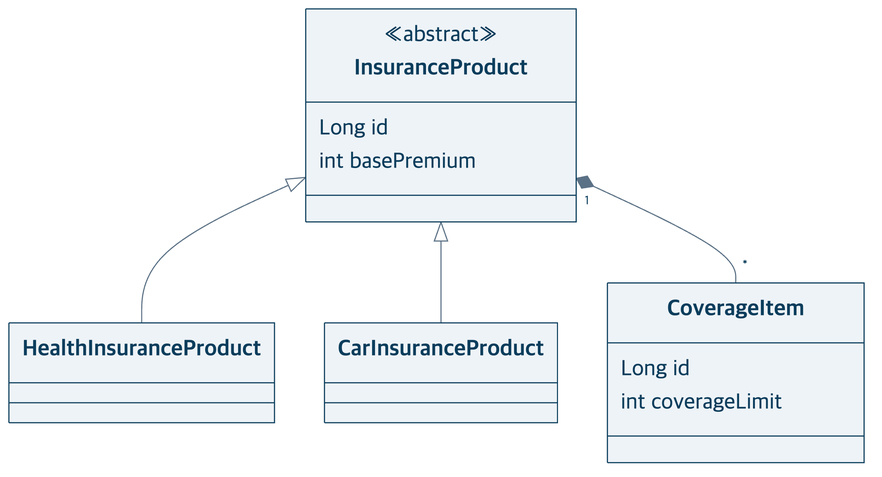
heyoonyoon/distributed-programming keeps this Mermaid diagram as docs/presentation/diagrams/clusters/product-code.png. Above is the earlier version. Its source is kept beside it as docs/presentation/diagrams/clusters/product-code.mmd.
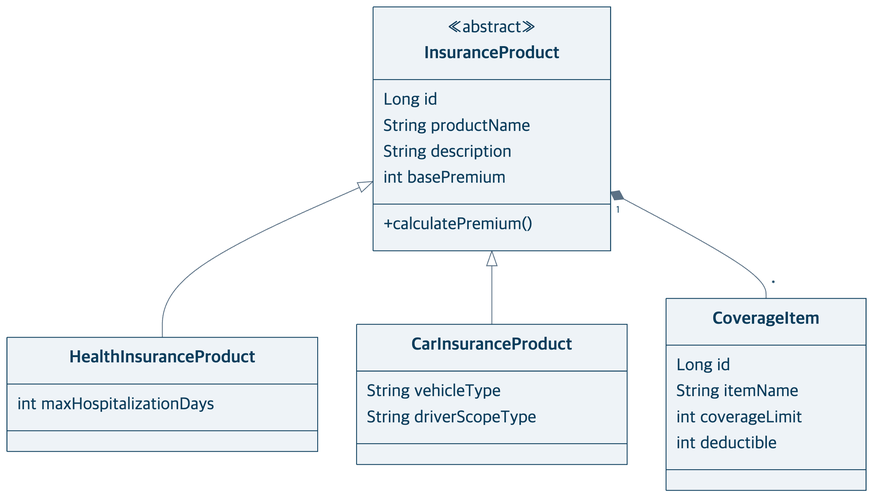
After the change.

What changed in the source:
```diff
@@ -3,13 +3,23 @@
 class InsuranceProduct {
   <<abstract>>
   Long id
+  String productName
+  String description
   int basePremium
+  +calculatePremium()
 }
-class HealthInsuranceProduct
-class CarInsuranceProduct
+class HealthInsuranceProduct {
+  int maxHospitalizationDays
+}
+class CarInsuranceProduct {
+  String vehicleType
+  String driverScopeType
+}
 class CoverageItem {
   Long id
+  String itemName
   int coverageLimit
+  int deductible
 }
 InsuranceProduct <|-- HealthInsuranceProduct
 InsuranceProduct <|-- CarInsuranceProduct
```
